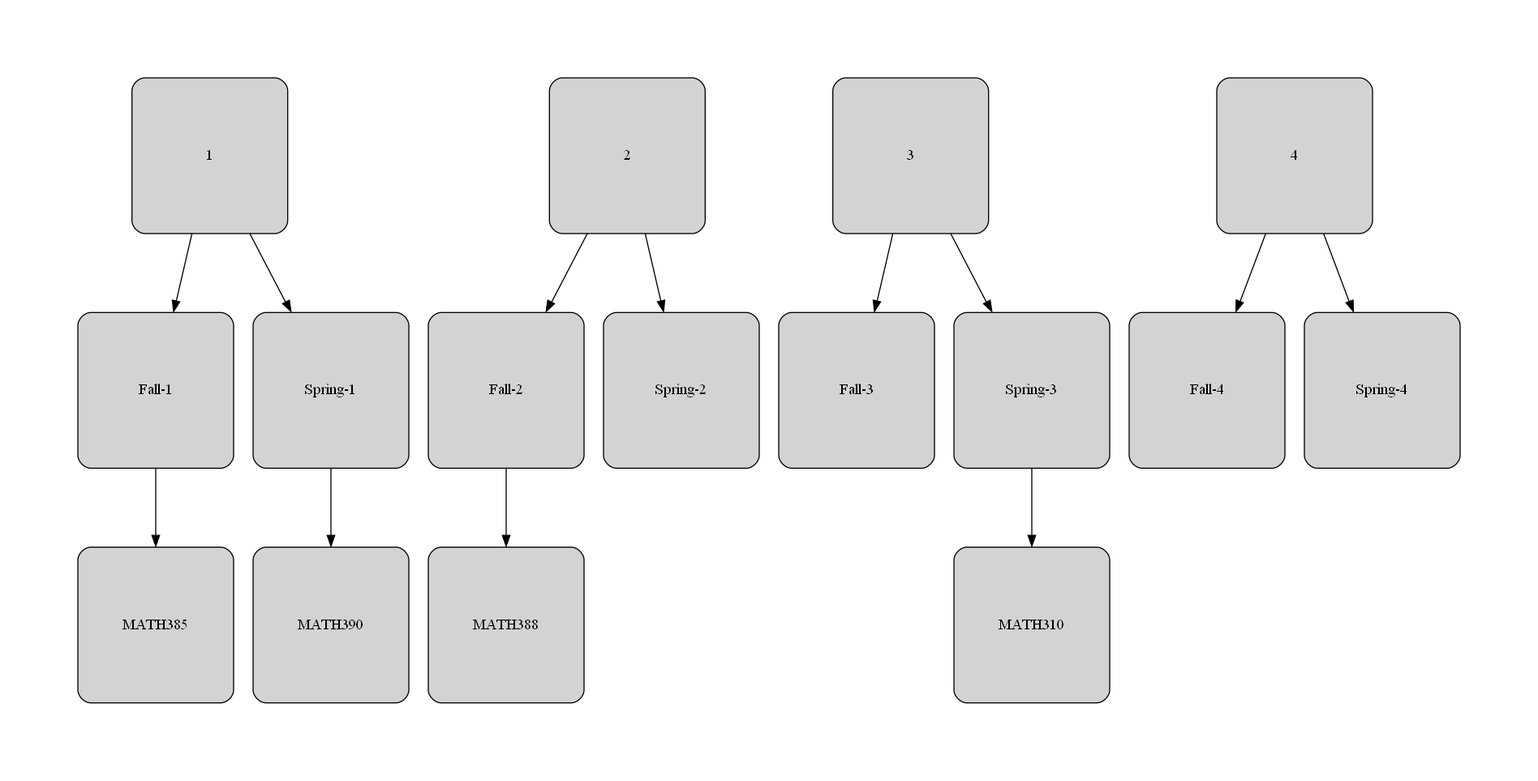
The Graphviz diagram ProvisoLaravel/public/images/minorgraph.png in badgerlaxman/ProViso2023, before a commit. Its source is kept beside it as ProvisoLaravel/public/dotfiles/minorgraph.dot.
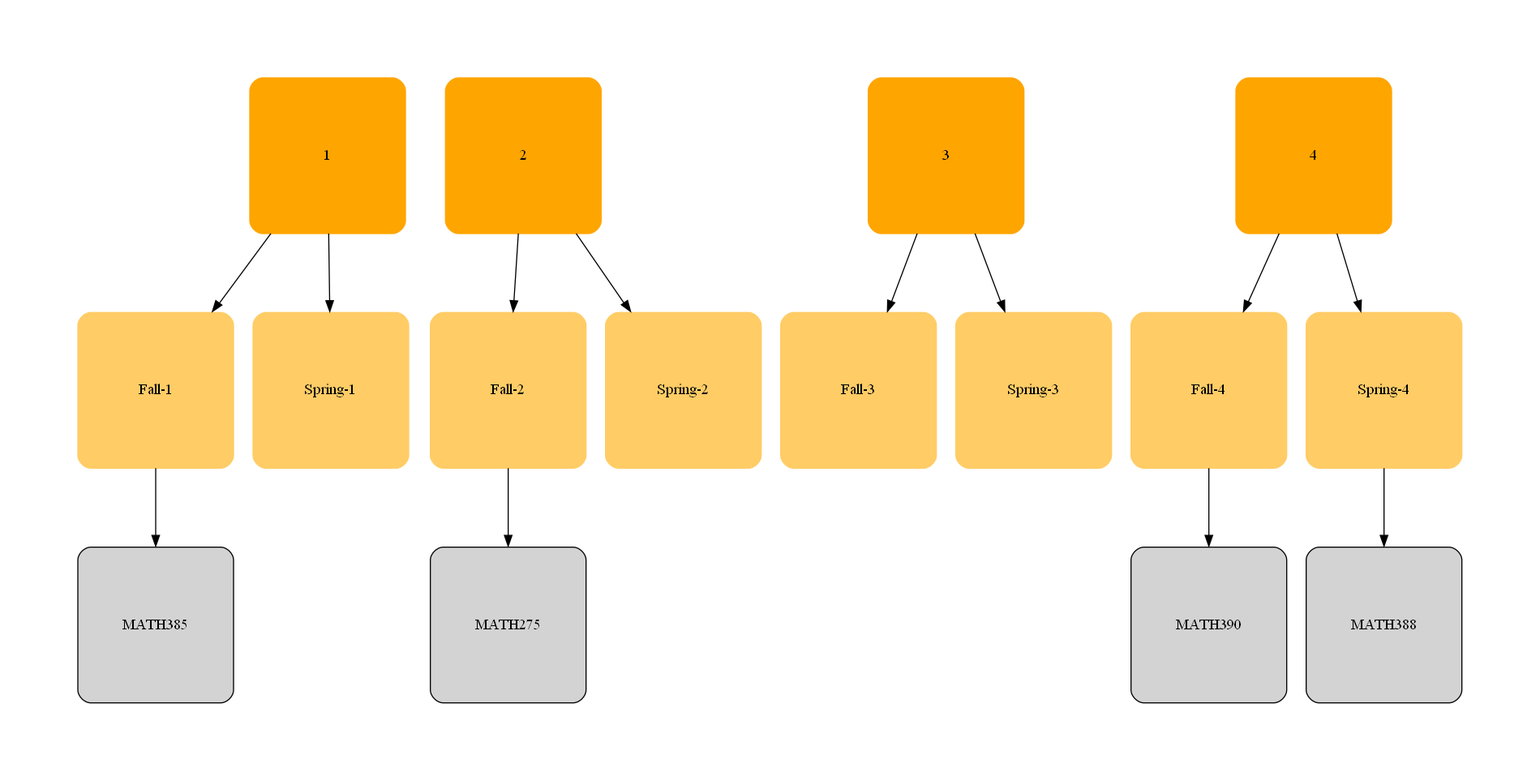
Later version of the same file.

What changed in the source:
```diff
@@ -2,6 +2,18 @@
   graph [bgcolor="transparent" rankdir="TB" pad=1 compound="true" forcelabels="true"]
   node [shape="square" style="rounded,filled" width=2 fixedsize="shape"]
   edge [minlen=2]
+  1 [color="orange"]
+  "Fall-1" [color="#FFCC66"]
+  "Spring-1" [color="#FFCC66"]
+  2 [color="orange"]
+  "Fall-2" [color="#FFCC66"]
+  "Spring-2" [color="#FFCC66"]
+  3 [color="orange"]
+  "Fall-3" [color="#FFCC66"]
+  "Spring-3" [color="#FFCC66"]
+  4 [color="orange"]
+  "Fall-4" [color="#FFCC66"]
+  "Spring-4" [color="#FFCC66"]
   1 -> "Fall-1"
   1 -> "Spring-1"
   2 -> "Fall-2"
@@ -11,7 +23,7 @@
   4 -> "Fall-4"
   4 -> "Spring-4"
   "Fall-1" -> "MATH385"
-  "Spring-1" -> "MATH390"
-  "Fall-2" -> "MATH388"
-  "Spring-3" -> "MATH310"
+  "Fall-2" -> "MATH275"
+  "Spring-4" -> "MATH388"
+  "Fall-4" -> "MATH390"
 }
```
